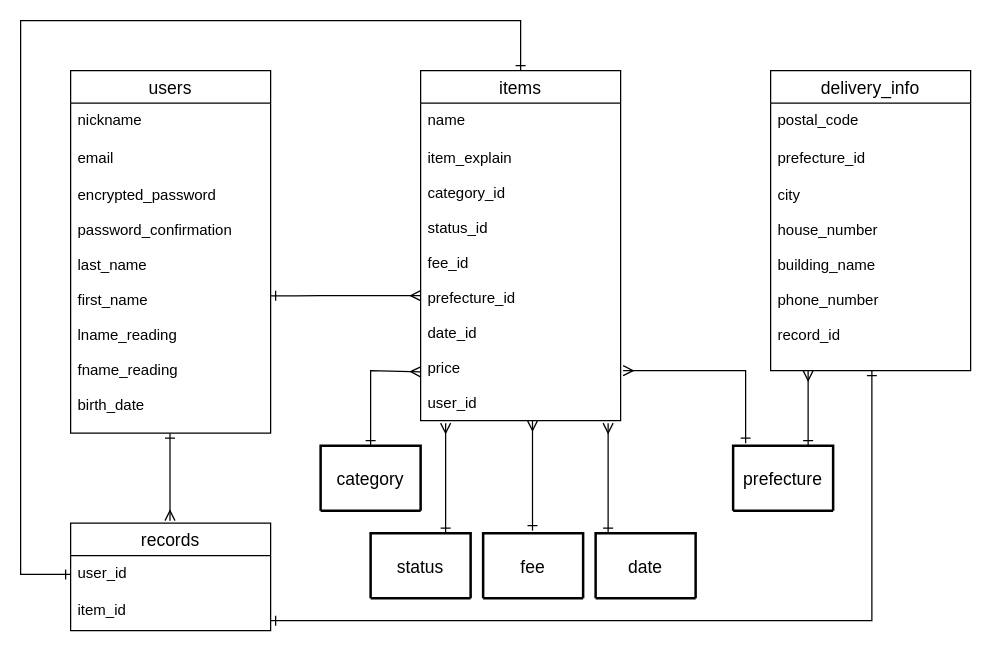
Earlier version of the draw.io diagram test.dio (no-ru-kk/furima-35520). Source tidied: cells renumbered, new cells numbered last; positions are measured from the earlier drawing's top-left corner, leaving out a move shared by most shapes. Both pictures are drawn from the tidied source at 125%, with x=0, y=0 at pixel (20, 20).
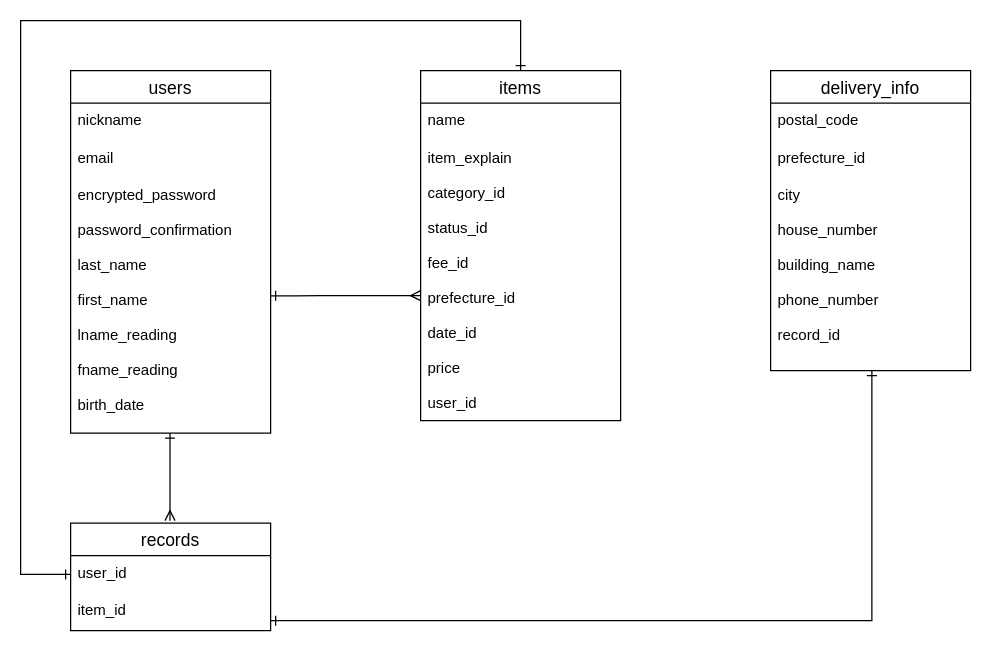
The same diagram, later.

The change refers to these unchanged cells:
```xml
<mxCell id="12" value="item_explain&#10;&#10;category_id&#10;&#10;status_id&#10;&#10;fee_id&#10;&#10;prefecture_id&#10;&#10;date_id&#10;&#10;price&#10;&#10;user_id" style="text;strokeColor=none;fillColor=none;spacingLeft=4;spacingRight=4;overflow=hidden;points=[[0,0.5],[1,0.5]];portConstraint=eastwest;fontSize=12;" parent="10" vertex="1">
  <mxGeometry y="56" width="160" height="224" as="geometry" />
</mxCell>
```

What changed in the source:
```diff
@@
-    <mxCell id="15" value="category" style="swimlane;horizontal=1;startSize=72;rounded=1;fontSize=14;fontStyle=0;strokeWidth=2;shadow=0;dashed=0;align=center;" parent="1" vertex="1">
-      <mxGeometry x="240" y="340" width="80" height="52" as="geometry" />
-    </mxCell>
@@
-    <mxCell id="19" style="edgeStyle=none;rounded=0;jettySize=auto;html=1;startArrow=ERone;startFill=0;endArrow=ERmany;endFill=0;entryX=0;entryY=0.826;entryDx=0;entryDy=0;entryPerimeter=0;" parent="1" edge="1" target="12">
-      <mxGeometry relative="1" as="geometry">
-        <mxPoint x="280" y="340" as="sourcePoint" />
-        <Array as="points">
-          <mxPoint x="280" y="280" />
-        </Array>
-      </mxGeometry>
-    </mxCell>
-    <mxCell id="20" value="fee" style="swimlane;horizontal=1;startSize=72;rounded=1;fontSize=14;fontStyle=0;strokeWidth=2;shadow=0;dashed=0;align=center;" parent="1" vertex="1">
-      <mxGeometry x="370" y="410" width="80" height="52" as="geometry" />
-    </mxCell>
-    <mxCell id="21" value="status" style="swimlane;horizontal=1;startSize=72;rounded=1;fontSize=14;fontStyle=0;strokeWidth=2;shadow=0;dashed=0;align=center;arcSize=0;" parent="1" vertex="1">
-      <mxGeometry x="280" y="410" width="80" height="52" as="geometry" />
-    </mxCell>
-    <mxCell id="22" style="endArrow=ERmany;html=1;rounded=0;endFill=0;startArrow=ERone;startFill=0;exitX=0.75;exitY=0;exitDx=0;exitDy=0;" parent="1" edge="1" source="25">
-      <mxGeometry relative="1" as="geometry">
-        <mxPoint x="630" y="280" as="targetPoint" />
-      </mxGeometry>
-    </mxCell>
@@
-    <mxCell id="24" style="endArrow=ERmany;html=1;rounded=0;endFill=0;startArrow=ERone;startFill=0;exitX=0.75;exitY=0;exitDx=0;exitDy=0;" parent="1" edge="1" source="21">
-      <mxGeometry relative="1" as="geometry">
-        <mxPoint x="340" y="322" as="targetPoint" />
-      </mxGeometry>
-    </mxCell>
-    <mxCell id="25" value="prefecture" style="swimlane;horizontal=1;startSize=72;rounded=1;fontSize=14;fontStyle=0;strokeWidth=2;shadow=0;dashed=0;align=center;arcSize=0;" parent="1" vertex="1">
-      <mxGeometry x="570" y="340" width="80" height="52" as="geometry" />
-    </mxCell>
-    <mxCell id="26" value="date" style="swimlane;horizontal=1;startSize=72;rounded=1;fontSize=14;fontStyle=0;strokeWidth=2;shadow=0;dashed=0;align=center;arcSize=0;" parent="1" vertex="1">
-      <mxGeometry x="460" y="410" width="80" height="52" as="geometry" />
-    </mxCell>
-    <mxCell id="27" style="endArrow=ERmany;html=1;rounded=0;endFill=0;startArrow=ERone;startFill=0;" parent="1" edge="1">
-      <mxGeometry relative="1" as="geometry">
-        <mxPoint x="580" y="338" as="sourcePoint" />
-        <mxPoint x="482" y="280" as="targetPoint" />
-        <Array as="points">
-          <mxPoint x="580" y="290" />
-          <mxPoint x="580" y="280" />
-        </Array>
-      </mxGeometry>
-    </mxCell>
-    <mxCell id="28" style="endArrow=ERmany;html=1;rounded=0;endFill=0;startArrow=ERone;startFill=0;exitX=0.75;exitY=0;exitDx=0;exitDy=0;" parent="1" edge="1">
-      <mxGeometry relative="1" as="geometry">
-        <mxPoint x="409.5" y="408" as="sourcePoint" />
-        <mxPoint x="409.5" y="320" as="targetPoint" />
-      </mxGeometry>
-    </mxCell>
-    <mxCell id="29" style="endArrow=ERmany;html=1;rounded=0;endFill=0;startArrow=ERone;startFill=0;exitX=0.75;exitY=0;exitDx=0;exitDy=0;" parent="1" edge="1">
-      <mxGeometry relative="1" as="geometry">
-        <mxPoint x="470" y="410" as="sourcePoint" />
-        <mxPoint x="470" y="322" as="targetPoint" />
-      </mxGeometry>
-    </mxCell>
```
